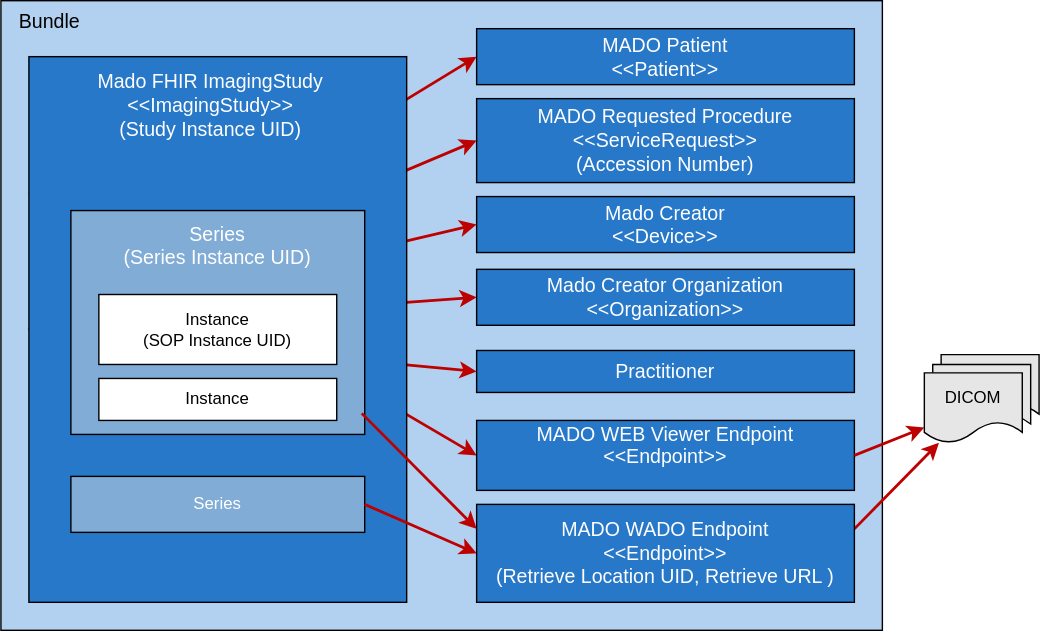
Earlier version of the draw.io export input/images/fhir-manifest-overview.drawio.svg (IHE/RAD.MADO). Source tidied: cells renumbered, new cells last; positions are measured from the earlier drawing's top-left corner, leaving out a move shared by most shapes.
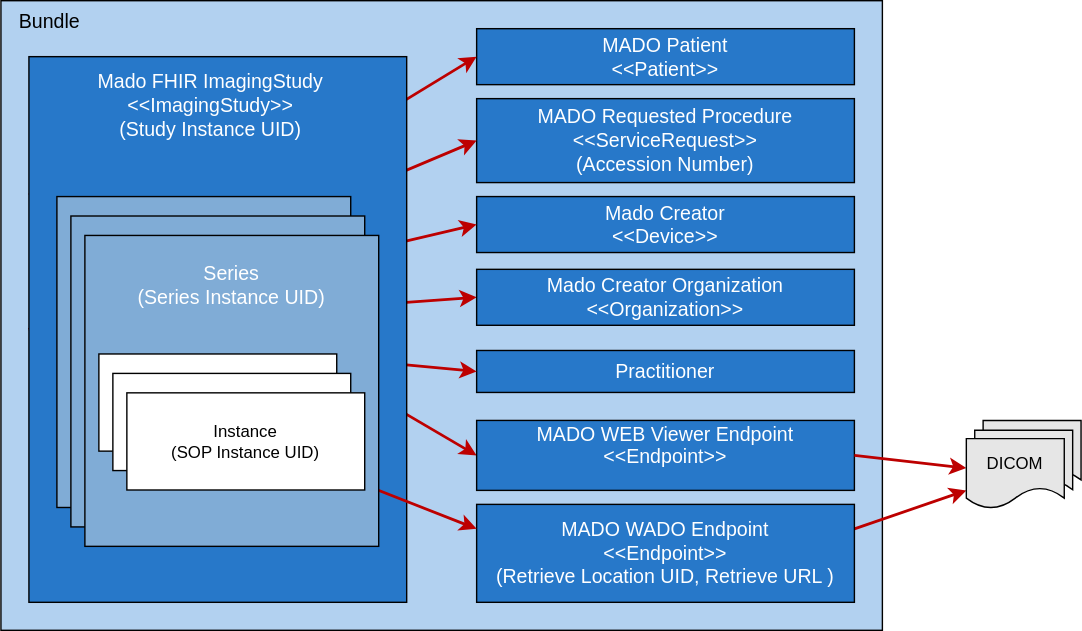
After the commit.

Diff of the diagram source:
```diff
@@ -45,7 +45,7 @@
       <mxGeometry relative="1" as="geometry" />
     </mxCell>
     <mxCell id="16" style="group;" parent="1" vertex="1">
-      <mxGeometry x="660" y="253" width="82" height="63" as="geometry" />
+      <mxGeometry x="690" y="300" width="82" height="63" as="geometry" />
     </mxCell>
     <mxCell id="17" value="DICOM" style="shape=document;whiteSpace=wrap;html=1;boundedLbl=1;fillColor=#E6E6E6;" parent="16" vertex="1">
       <mxGeometry x="12" width="70" height="50" as="geometry" />
@@ -65,32 +65,62 @@
     <mxCell id="22" style="whiteSpace=wrap;html=1;fillColor=#2778C9;" parent="1" vertex="1">
       <mxGeometry x="20" y="40" width="270" height="390" as="geometry" />
     </mxCell>
+    <mxCell id="24" value="&lt;font style=&quot;color: rgb(255, 255, 255);&quot;&gt;Mado FHIR ImagingStudy&lt;/font&gt;&lt;div&gt;&lt;font style=&quot;color: rgb(255, 255, 255);&quot;&gt;&amp;lt;&amp;lt;ImagingStudy&amp;gt;&amp;gt;&lt;/font&gt;&lt;div&gt;&lt;font style=&quot;color: rgb(255, 255, 255);&quot;&gt;(Study Instance UID)&lt;/font&gt;&lt;/div&gt;&lt;/div&gt;" style="text;html=1;align=center;verticalAlign=middle;whiteSpace=wrap;rounded=0;fontSize=14;" parent="1" vertex="1">
+      <mxGeometry x="65" y="60" width="170" height="30" as="geometry" />
+    </mxCell>
+    <mxCell id="30" style="endArrow=classic;html=1;strokeColor=#BD0000;strokeWidth=2;exitX=0.99;exitY=0.906;exitDx=0;exitDy=0;exitPerimeter=0;entryX=0;entryY=0.25;entryDx=0;entryDy=0;" parent="1" edge="1" source="23" target="13">
+      <mxGeometry relative="1" as="geometry" />
+    </mxCell>
+    <mxCell id="31" value="&lt;font style=&quot;color: rgb(255, 255, 255); font-size: 14px;&quot;&gt;Mado Creator Organization&lt;/font&gt;&lt;div&gt;&lt;font style=&quot;color: rgb(255, 255, 255); font-size: 14px;&quot;&gt;&amp;lt;&amp;lt;Organization&amp;gt;&amp;gt;&lt;/font&gt;&lt;/div&gt;" style="whiteSpace=wrap;html=1;fillColor=#2778C9;" parent="1" vertex="1">
+      <mxGeometry x="340" y="192" width="270" height="40" as="geometry" />
+    </mxCell>
+    <mxCell id="32" style="group;" parent="1" vertex="1">
+      <mxGeometry x="40" y="140" width="230" height="250" as="geometry" />
+    </mxCell>
+    <mxCell id="33" style="group;" parent="32" vertex="1">
+      <mxGeometry width="210" height="222.2" as="geometry" />
+    </mxCell>
-    <mxCell id="23" style="whiteSpace=wrap;html=1;fillColor=#80ACD6;" parent="1" vertex="1">
-      <mxGeometry x="50" y="150" width="210" height="160" as="geometry" />
+    <mxCell id="23" style="whiteSpace=wrap;html=1;fillColor=#80ACD6;" parent="33" vertex="1">
+      <mxGeometry width="210" height="222.2" as="geometry" />
     </mxCell>
-    <mxCell id="24" value="&lt;font style=&quot;color: rgb(255, 255, 255);&quot;&gt;Mado FHIR ImagingStudy&lt;/font&gt;&lt;div&gt;&lt;font style=&quot;color: rgb(255, 255, 255);&quot;&gt;&amp;lt;&amp;lt;ImagingStudy&amp;gt;&amp;gt;&lt;/font&gt;&lt;div&gt;&lt;font style=&quot;color: rgb(255, 255, 255);&quot;&gt;(Study Instance UID)&lt;/font&gt;&lt;/div&gt;&lt;/div&gt;" style="text;html=1;align=center;verticalAlign=middle;whiteSpace=wrap;rounded=0;fontSize=14;" parent="1" vertex="1">
-      <mxGeometry x="65" y="60" width="170" height="30" as="geometry" />
-    </mxCell>
-    <mxCell id="25" value="&lt;font style=&quot;color: rgb(255, 255, 255);&quot;&gt;Series&lt;/font&gt;&lt;div&gt;&lt;font style=&quot;color: rgb(255, 255, 255);&quot;&gt;(Series Instance UID)&lt;/font&gt;&lt;/div&gt;" style="text;html=1;align=center;verticalAlign=middle;whiteSpace=wrap;rounded=0;fontSize=14;" parent="1" vertex="1">
-      <mxGeometry x="60" y="160" width="190" height="30" as="geometry" />
+    <mxCell id="25" value="&lt;font style=&quot;color: rgb(255, 255, 255);&quot;&gt;Series&lt;/font&gt;&lt;div&gt;&lt;font style=&quot;color: rgb(255, 255, 255);&quot;&gt;(Series Instance UID)&lt;/font&gt;&lt;/div&gt;" style="text;html=1;align=center;verticalAlign=middle;whiteSpace=wrap;rounded=0;fontSize=14;" parent="33" vertex="1">
+      <mxGeometry x="10" y="13.9" width="190" height="41.7" as="geometry" />
     </mxCell>
-    <mxCell id="26" value="Instance&lt;div&gt;(SOP Instance UID)&lt;/div&gt;" style="whiteSpace=wrap;html=1;" parent="1" vertex="1">
-      <mxGeometry x="70" y="210" width="170" height="50" as="geometry" />
+    <mxCell id="26" value="Instance&lt;div&gt;(SOP Instance UID)&lt;/div&gt;" style="whiteSpace=wrap;html=1;" parent="33" vertex="1">
+      <mxGeometry x="20" y="83.3" width="170" height="69.4" as="geometry" />
     </mxCell>
-    <mxCell id="27" value="Instance" style="whiteSpace=wrap;html=1;" parent="1" vertex="1">
-      <mxGeometry x="70" y="270" width="170" height="30" as="geometry" />
+    <mxCell id="27" value="Instance" style="whiteSpace=wrap;html=1;" parent="33" vertex="1">
+      <mxGeometry x="20" y="166.7" width="170" height="41.7" as="geometry" />
     </mxCell>
-    <mxCell id="28" value="&lt;font style=&quot;color: rgb(255, 255, 255);&quot;&gt;Series&lt;/font&gt;" style="whiteSpace=wrap;html=1;fillColor=#80ACD6;" parent="1" vertex="1">
-      <mxGeometry x="50" y="340" width="210" height="40" as="geometry" />
-    </mxCell>
-    <mxCell id="29" style="endArrow=classic;html=1;strokeColor=#BD0000;strokeWidth=2;entryX=0;entryY=0.5;entryDx=0;entryDy=0;exitX=1;exitY=0.5;exitDx=0;exitDy=0;" parent="1" edge="1" source="28" target="13">
-      <mxGeometry relative="1" as="geometry" />
-    </mxCell>
-    <mxCell id="30" style="endArrow=classic;html=1;strokeColor=#BD0000;strokeWidth=2;exitX=0.99;exitY=0.906;exitDx=0;exitDy=0;exitPerimeter=0;entryX=0;entryY=0.25;entryDx=0;entryDy=0;" parent="1" edge="1" source="23" target="13">
-      <mxGeometry relative="1" as="geometry" />
-    </mxCell>
-    <mxCell id="31" value="&lt;font style=&quot;color: rgb(255, 255, 255); font-size: 14px;&quot;&gt;Mado Creator Organization&lt;/font&gt;&lt;div&gt;&lt;font style=&quot;color: rgb(255, 255, 255); font-size: 14px;&quot;&gt;&amp;lt;&amp;lt;Organization&amp;gt;&amp;gt;&lt;/font&gt;&lt;/div&gt;" style="whiteSpace=wrap;html=1;fillColor=#2778C9;" parent="1" vertex="1">
-      <mxGeometry x="340" y="192" width="270" height="40" as="geometry" />
-    </mxCell>
+    <mxCell id="34" style="group;" parent="32" vertex="1">
+      <mxGeometry x="10" y="13.9" width="210" height="222.2" as="geometry" />
+    </mxCell>
+    <mxCell id="35" style="whiteSpace=wrap;html=1;fillColor=#80ACD6;" parent="34" vertex="1">
+      <mxGeometry width="210" height="222.2" as="geometry" />
+    </mxCell>
+    <mxCell id="36" value="&lt;font style=&quot;color: rgb(255, 255, 255);&quot;&gt;Series&lt;/font&gt;&lt;div&gt;&lt;font style=&quot;color: rgb(255, 255, 255);&quot;&gt;(Series Instance UID)&lt;/font&gt;&lt;/div&gt;" style="text;html=1;align=center;verticalAlign=middle;whiteSpace=wrap;rounded=0;fontSize=14;" parent="34" vertex="1">
+      <mxGeometry x="10" y="13.9" width="190" height="41.7" as="geometry" />
+    </mxCell>
+    <mxCell id="37" value="Instance&lt;div&gt;(SOP Instance UID)&lt;/div&gt;" style="whiteSpace=wrap;html=1;" parent="34" vertex="1">
+      <mxGeometry x="20" y="83.3" width="170" height="69.4" as="geometry" />
+    </mxCell>
+    <mxCell id="38" value="Instance" style="whiteSpace=wrap;html=1;" parent="34" vertex="1">
+      <mxGeometry x="20" y="166.7" width="170" height="41.7" as="geometry" />
+    </mxCell>
+    <mxCell id="39" style="whiteSpace=wrap;html=1;fillColor=#80ACD6;" parent="32" vertex="1">
+      <mxGeometry x="20" y="27.8" width="210" height="222.2" as="geometry" />
+    </mxCell>
+    <mxCell id="40" value="&lt;font style=&quot;color: rgb(255, 255, 255);&quot;&gt;Series&lt;/font&gt;&lt;div&gt;&lt;font style=&quot;color: rgb(255, 255, 255);&quot;&gt;(Series Instance UID)&lt;/font&gt;&lt;/div&gt;" style="text;html=1;align=center;verticalAlign=middle;whiteSpace=wrap;rounded=0;fontSize=14;" parent="32" vertex="1">
+      <mxGeometry x="30" y="41.7" width="190" height="41.7" as="geometry" />
+    </mxCell>
+    <mxCell id="41" value="Instance&lt;div&gt;(SOP Instance UID)&lt;/div&gt;" style="whiteSpace=wrap;html=1;" parent="32" vertex="1">
+      <mxGeometry x="30" y="112.5" width="170" height="69.4" as="geometry" />
+    </mxCell>
+    <mxCell id="42" value="Instance&lt;div&gt;(SOP Instance UID)&lt;/div&gt;" style="whiteSpace=wrap;html=1;" parent="32" vertex="1">
+      <mxGeometry x="40" y="126.4" width="170" height="69.4" as="geometry" />
+    </mxCell>
+    <mxCell id="43" value="Instance&lt;div&gt;(SOP Instance UID)&lt;/div&gt;" style="whiteSpace=wrap;html=1;" parent="32" vertex="1">
+      <mxGeometry x="50" y="140.3" width="170" height="69.4" as="geometry" />
+    </mxCell>
   </root>
 </mxGraphModel>
```
